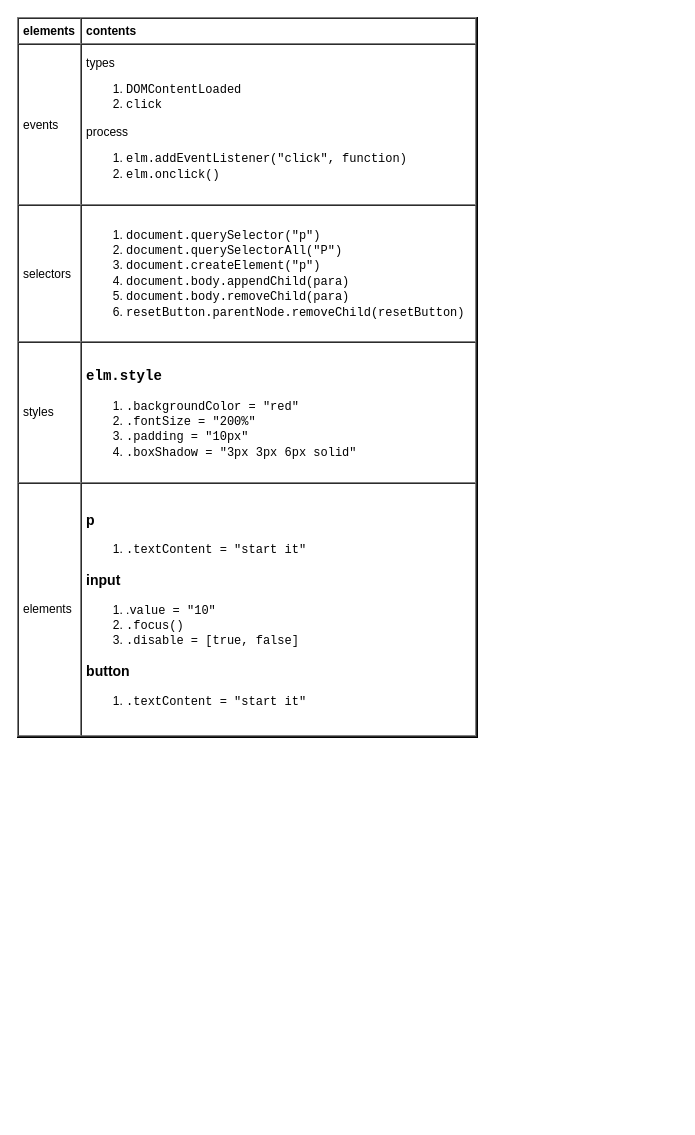
This is page "dom" (2 of 4) of languages/javascript/javascript.drawio from yangdj/tf_docs, a draw.io file, before an edit. Source tidied: cells renumbered, new cells numbered last; positions are measured from the earlier drawing's top-left corner, leaving out a move shared by most shapes. Both pictures are drawn from the tidied source at 100%, with x=0, y=0 at pixel (17, 17).
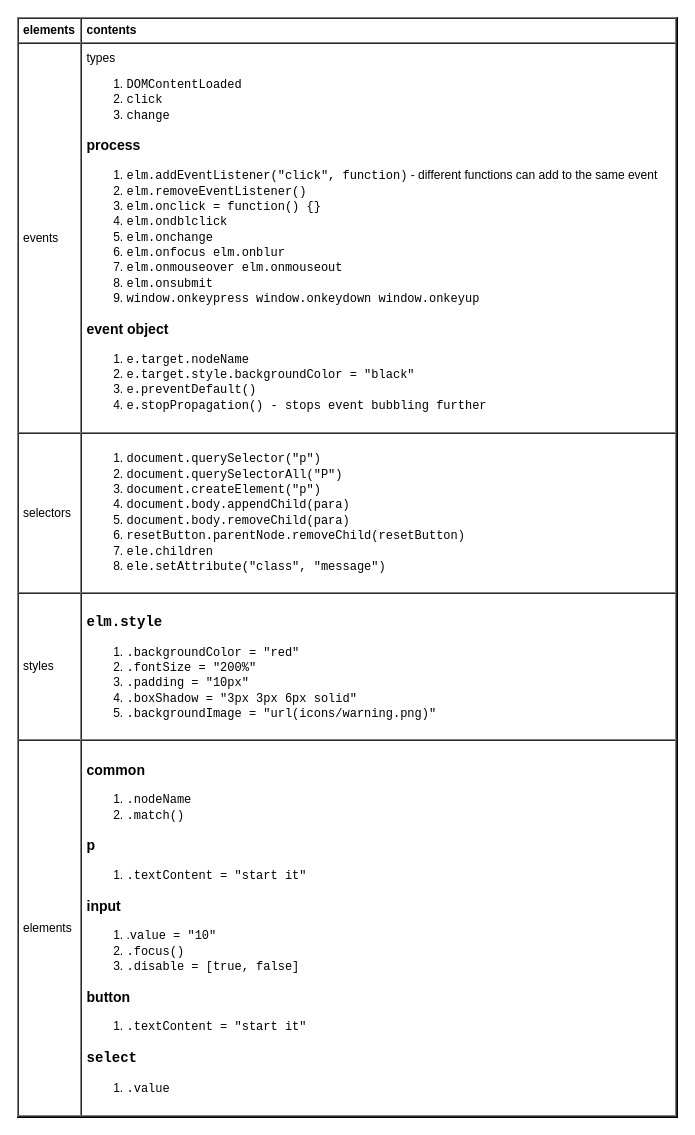
After the change.

What changed in the source:
```diff
@@
 <mxGraphModel>
   <root>
     <mxCell id="0" />
     <mxCell id="1" parent="0" />
-    <mxCell id="2" value="&lt;table cellpadding=&quot;4&quot; cellspacing=&quot;0&quot; border=&quot;1&quot; style=&quot;font-size: 1em ; width: 100% ; height: 100%&quot;&gt;&lt;tbody&gt;&lt;tr&gt;&lt;th&gt;elements&lt;/th&gt;&lt;th&gt;contents&lt;/th&gt;&lt;/tr&gt;&lt;tr&gt;&lt;td&gt;events&lt;/td&gt;&lt;td&gt;&lt;div&gt;types&lt;/div&gt;&lt;ol&gt;&lt;li&gt;&lt;font face=&quot;Courier New&quot;&gt;DOMContentLoaded&lt;/font&gt;&lt;/li&gt;&lt;li&gt;&lt;font face=&quot;Courier New&quot;&gt;click&lt;/font&gt;&lt;/li&gt;&lt;/ol&gt;&lt;div&gt;process&lt;/div&gt;&lt;ol&gt;&lt;li&gt;&lt;font face=&quot;Courier New&quot;&gt;elm.addEventListener(&quot;click&quot;, function)&lt;/font&gt;&lt;/li&gt;&lt;li&gt;&lt;font face=&quot;Courier New&quot;&gt;elm.onclick()&lt;/font&gt;&lt;/li&gt;&lt;/ol&gt;&lt;/td&gt;&lt;/tr&gt;&lt;tr&gt;&lt;td&gt;selectors&lt;/td&gt;&lt;td&gt;&lt;ol&gt;&lt;li&gt;&lt;font face=&quot;Courier New&quot;&gt;document.querySelector(&quot;p&quot;)&lt;/font&gt;&lt;/li&gt;&lt;li&gt;&lt;font face=&quot;Courier New&quot;&gt;document.querySelectorAll(&quot;P&quot;)&lt;/font&gt;&lt;/li&gt;&lt;li&gt;&lt;font face=&quot;Courier New&quot;&gt;document.createElement(&quot;p&quot;)&lt;/font&gt;&lt;/li&gt;&lt;li&gt;&lt;font face=&quot;Courier New&quot;&gt;document.body.appendChild(para)&lt;/font&gt;&lt;/li&gt;&lt;li&gt;&lt;font face=&quot;Courier New&quot;&gt;document.body.removeChild(para)&lt;/font&gt;&lt;/li&gt;&lt;li&gt;&lt;font face=&quot;Courier New&quot;&gt;resetButton.parentNode.removeChild(resetButton)&lt;/font&gt;&lt;/li&gt;&lt;/ol&gt;&lt;/td&gt;&lt;/tr&gt;&lt;tr&gt;&lt;td&gt;styles&lt;/td&gt;&lt;td&gt;&lt;h3&gt;&lt;font face=&quot;Courier New&quot;&gt;elm.style&lt;/font&gt;&lt;/h3&gt;&lt;ol&gt;&lt;li&gt;&lt;font face=&quot;Courier New&quot;&gt;.backgroundColor = &quot;red&quot;&lt;/font&gt;&lt;/li&gt;&lt;li&gt;&lt;font face=&quot;Courier New&quot;&gt;.fontSize = &quot;200%&quot;&lt;/font&gt;&lt;/li&gt;&lt;li&gt;&lt;font face=&quot;Courier New&quot;&gt;.padding = &quot;10px&quot;&lt;/font&gt;&lt;/li&gt;&lt;li&gt;&lt;font face=&quot;Courier New&quot;&gt;.boxShadow = &quot;3px 3px 6px solid&quot;&lt;/font&gt;&lt;/li&gt;&lt;/ol&gt;&lt;/td&gt;&lt;/tr&gt;&lt;tr&gt;&lt;td&gt;elements&lt;/td&gt;&lt;td&gt;&lt;h3&gt;p&lt;/h3&gt;&lt;div&gt;&lt;ol&gt;&lt;li&gt;&lt;font face=&quot;Courier New&quot;&gt;.textContent&amp;nbsp;= &quot;start it&quot;&lt;/font&gt;&lt;/li&gt;&lt;/ol&gt;&lt;h3&gt;input&lt;/h3&gt;&lt;/div&gt;&lt;div&gt;&lt;ol&gt;&lt;li&gt;.&lt;font face=&quot;Courier New&quot;&gt;value = &quot;10&quot;&lt;/font&gt;&lt;/li&gt;&lt;li&gt;&lt;font face=&quot;Courier New&quot;&gt;.focus()&lt;/font&gt;&lt;/li&gt;&lt;li&gt;&lt;font face=&quot;Courier New&quot;&gt;.disable = [true, false]&lt;/font&gt;&lt;/li&gt;&lt;/ol&gt;&lt;h3&gt;button&lt;/h3&gt;&lt;/div&gt;&lt;div&gt;&lt;ol&gt;&lt;li&gt;&lt;font face=&quot;Courier New&quot;&gt;.textContent = &quot;start it&quot;&lt;/font&gt;&lt;/li&gt;&lt;/ol&gt;&lt;/div&gt;&lt;/td&gt;&lt;/tr&gt;&lt;/tbody&gt;&lt;/table&gt; " style="verticalAlign=top;align=left;overflow=fill;fontSize=12;fontFamily=Helvetica;html=1;" parent="1" vertex="1">
-      <mxGeometry width="460" height="720" as="geometry" />
+    <mxCell id="2" value="&lt;table cellpadding=&quot;4&quot; cellspacing=&quot;0&quot; border=&quot;1&quot; style=&quot;font-size: 1em ; width: 100% ; height: 100%&quot;&gt;&lt;tbody&gt;&lt;tr&gt;&lt;th&gt;elements&lt;/th&gt;&lt;th&gt;contents&lt;/th&gt;&lt;/tr&gt;&lt;tr&gt;&lt;td&gt;events&lt;/td&gt;&lt;td&gt;&lt;div&gt;types&lt;/div&gt;&lt;ol&gt;&lt;li&gt;&lt;font face=&quot;Courier New&quot;&gt;DOMContentLoaded&lt;/font&gt;&lt;/li&gt;&lt;li&gt;&lt;font face=&quot;Courier New&quot;&gt;click&lt;/font&gt;&lt;/li&gt;&lt;li&gt;&lt;font face=&quot;Courier New&quot;&gt;change&lt;/font&gt;&lt;/li&gt;&lt;/ol&gt;&lt;h3&gt;process&lt;/h3&gt;&lt;ol&gt;&lt;li&gt;&lt;font face=&quot;Courier New&quot;&gt;elm.addEventListener(&quot;click&quot;, function)&lt;/font&gt;&amp;nbsp;- different functions can add to the same event&lt;/li&gt;&lt;li&gt;&lt;font face=&quot;Courier New&quot;&gt;elm.removeEventListener()&lt;/font&gt;&lt;/li&gt;&lt;li&gt;&lt;font face=&quot;Courier New&quot;&gt;elm.onclick = function() {}&lt;/font&gt;&lt;/li&gt;&lt;li&gt;&lt;font face=&quot;Courier New&quot;&gt;elm.ondblclick&lt;/font&gt;&lt;/li&gt;&lt;li&gt;&lt;font face=&quot;Courier New&quot;&gt;elm.onchange&lt;/font&gt;&lt;/li&gt;&lt;li&gt;&lt;font face=&quot;Courier New&quot;&gt;elm.onfocus elm.onblur&lt;/font&gt;&lt;/li&gt;&lt;li&gt;&lt;font face=&quot;Courier New&quot;&gt;elm.onmouseover elm.onmouseout&lt;/font&gt;&lt;/li&gt;&lt;li&gt;&lt;font face=&quot;Courier New&quot;&gt;elm.onsubmit&lt;/font&gt;&lt;/li&gt;&lt;li&gt;&lt;font face=&quot;Courier New&quot;&gt;window.onkeypress window.onkeydown window.onkeyup&lt;/font&gt;&lt;/li&gt;&lt;/ol&gt;&lt;h3&gt;event object&lt;/h3&gt;&lt;div&gt;&lt;ol&gt;&lt;li&gt;&lt;font face=&quot;Courier New&quot;&gt;e.target.nodeName&lt;/font&gt;&lt;/li&gt;&lt;li&gt;&lt;font face=&quot;Courier New&quot;&gt;e.target.style.backgroundColor = &quot;black&quot;&lt;/font&gt;&lt;/li&gt;&lt;li&gt;&lt;font face=&quot;Courier New&quot;&gt;e.preventDefault()&lt;/font&gt;&lt;/li&gt;&lt;li&gt;&lt;font face=&quot;Courier New&quot;&gt;e.stopPropagation() - stops event bubbling further&lt;/font&gt;&lt;/li&gt;&lt;/ol&gt;&lt;/div&gt;&lt;/td&gt;&lt;/tr&gt;&lt;tr&gt;&lt;td&gt;selectors&lt;/td&gt;&lt;td&gt;&lt;ol&gt;&lt;li&gt;&lt;font face=&quot;Courier New&quot;&gt;document.querySelector(&quot;p&quot;)&lt;/font&gt;&lt;/li&gt;&lt;li&gt;&lt;font face=&quot;Courier New&quot;&gt;document.querySelectorAll(&quot;P&quot;)&lt;/font&gt;&lt;/li&gt;&lt;li&gt;&lt;font face=&quot;Courier New&quot;&gt;document.createElement(&quot;p&quot;)&lt;/font&gt;&lt;/li&gt;&lt;li&gt;&lt;font face=&quot;Courier New&quot;&gt;document.body.appendChild(para)&lt;/font&gt;&lt;/li&gt;&lt;li&gt;&lt;font face=&quot;Courier New&quot;&gt;document.body.removeChild(para)&lt;/font&gt;&lt;/li&gt;&lt;li&gt;&lt;font face=&quot;Courier New&quot;&gt;resetButton.parentNode.removeChild(resetButton)&lt;/font&gt;&lt;/li&gt;&lt;li&gt;&lt;font face=&quot;Courier New&quot;&gt;ele.children&lt;/font&gt;&lt;/li&gt;&lt;li&gt;&lt;font face=&quot;Courier New&quot;&gt;ele.setAttribute(&quot;class&quot;, &quot;message&quot;)&lt;/font&gt;&lt;/li&gt;&lt;/ol&gt;&lt;/td&gt;&lt;/tr&gt;&lt;tr&gt;&lt;td&gt;styles&lt;/td&gt;&lt;td&gt;&lt;h3&gt;&lt;font face=&quot;Courier New&quot;&gt;elm.style&lt;/font&gt;&lt;/h3&gt;&lt;ol&gt;&lt;li&gt;&lt;font face=&quot;Courier New&quot;&gt;.backgroundColor = &quot;red&quot;&lt;/font&gt;&lt;/li&gt;&lt;li&gt;&lt;font face=&quot;Courier New&quot;&gt;.fontSize = &quot;200%&quot;&lt;/font&gt;&lt;/li&gt;&lt;li&gt;&lt;font face=&quot;Courier New&quot;&gt;.padding = &quot;10px&quot;&lt;/font&gt;&lt;/li&gt;&lt;li&gt;&lt;font face=&quot;Courier New&quot;&gt;.boxShadow = &quot;3px 3px 6px solid&quot;&lt;/font&gt;&lt;/li&gt;&lt;li&gt;&lt;font face=&quot;Courier New&quot;&gt;.backgroundImage = &quot;url(icons/warning.png)&quot;&lt;/font&gt;&lt;/li&gt;&lt;/ol&gt;&lt;/td&gt;&lt;/tr&gt;&lt;tr&gt;&lt;td&gt;elements&lt;/td&gt;&lt;td&gt;&lt;h3&gt;common&lt;/h3&gt;&lt;div&gt;&lt;ol&gt;&lt;li&gt;&lt;font face=&quot;Courier New&quot;&gt;.nodeName&lt;/font&gt;&lt;/li&gt;&lt;li&gt;&lt;font face=&quot;Courier New&quot;&gt;.match()&lt;/font&gt;&lt;/li&gt;&lt;/ol&gt;&lt;/div&gt;&lt;h3&gt;p&lt;/h3&gt;&lt;div&gt;&lt;ol&gt;&lt;li&gt;&lt;font face=&quot;Courier New&quot;&gt;.textContent&amp;nbsp;= &quot;start it&quot;&lt;/font&gt;&lt;/li&gt;&lt;/ol&gt;&lt;h3&gt;input&lt;/h3&gt;&lt;/div&gt;&lt;div&gt;&lt;ol&gt;&lt;li&gt;.&lt;font face=&quot;Courier New&quot;&gt;value = &quot;10&quot;&lt;/font&gt;&lt;/li&gt;&lt;li&gt;&lt;font face=&quot;Courier New&quot;&gt;.focus()&lt;/font&gt;&lt;/li&gt;&lt;li&gt;&lt;font face=&quot;Courier New&quot;&gt;.disable = [true, false]&lt;/font&gt;&lt;/li&gt;&lt;/ol&gt;&lt;h3&gt;button&lt;/h3&gt;&lt;/div&gt;&lt;div&gt;&lt;ol&gt;&lt;li&gt;&lt;font face=&quot;Courier New&quot;&gt;.textContent = &quot;start it&quot;&lt;/font&gt;&lt;/li&gt;&lt;/ol&gt;&lt;h3&gt;&lt;font face=&quot;Courier New&quot;&gt;select&lt;/font&gt;&lt;/h3&gt;&lt;/div&gt;&lt;div&gt;&lt;ol&gt;&lt;li&gt;&lt;font face=&quot;Courier New&quot;&gt;.value&lt;/font&gt;&lt;/li&gt;&lt;/ol&gt;&lt;/div&gt;&lt;/td&gt;&lt;/tr&gt;&lt;/tbody&gt;&lt;/table&gt; " style="verticalAlign=top;align=left;overflow=fill;fontSize=12;fontFamily=Helvetica;html=1;" parent="1" vertex="1">
+      <mxGeometry width="660" height="1100" as="geometry" />
     </mxCell>
   </root>
 </mxGraphModel>
```
